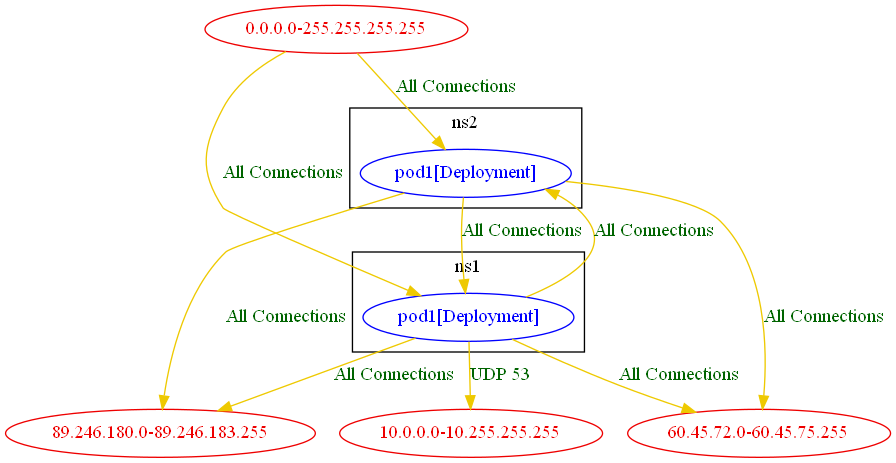
Above: test_outputs/connlist/anp_and_banp_using_networks_test_connlist_output.dot.png in np-guard/netpol-analyzer (Graphviz), before the change. Its source is kept beside it as test_outputs/connlist/anp_and_banp_using_networks_test_connlist_output.dot.
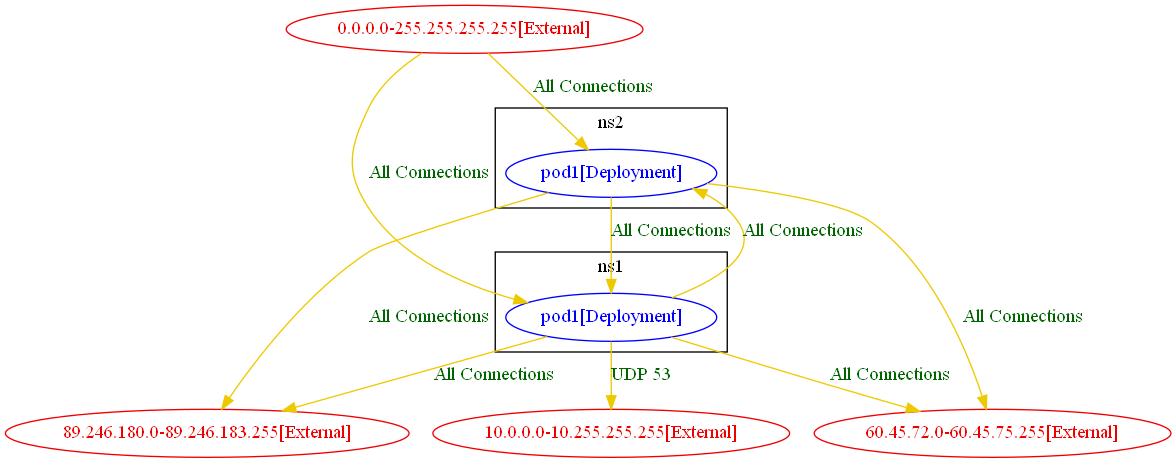
Above is the later version.

What changed in the source:
```diff
@@ -11,17 +11,17 @@
 		"ns2/pod1[Deployment]" [label="pod1[Deployment]" color="blue" fontcolor="blue"]
 		label="ns2"
 	}
-	"0.0.0.0-255.255.255.255" [label="0.0.0.0-255.255.255.255" color="red2" fontcolor="red2"]
-	"10.0.0.0-10.255.255.255" [label="10.0.0.0-10.255.255.255" color="red2" fontcolor="red2"]
-	"60.45.72.0-60.45.75.255" [label="60.45.72.0-60.45.75.255" color="red2" fontcolor="red2"]
-	"89.246.180.0-89.246.183.255" [label="89.246.180.0-89.246.183.255" color="red2" fontcolor="red2"]
-	"0.0.0.0-255.255.255.255" -> "ns1/pod1[Deployment]" [label="All Connections" color="gold2" fontcolor="darkgreen" weight=0.5]
-	"0.0.0.0-255.255.255.255" -> "ns2/pod1[Deployment]" [label="All Connections" color="gold2" fontcolor="darkgreen" weight=0.5]
-	"ns1/pod1[Deployment]" -> "10.0.0.0-10.255.255.255" [label="UDP 53" color="gold2" fontcolor="darkgreen" weight=1]
-	"ns1/pod1[Deployment]" -> "60.45.72.0-60.45.75.255" [label="All Connections" color="gold2" fontcolor="darkgreen" weight=1]
-	"ns1/pod1[Deployment]" -> "89.246.180.0-89.246.183.255" [label="All Connections" color="gold2" fontcolor="darkgreen" weight=1]
+	"0.0.0.0-255.255.255.255[External]" [label="0.0.0.0-255.255.255.255[External]" color="red2" fontcolor="red2"]
+	"10.0.0.0-10.255.255.255[External]" [label="10.0.0.0-10.255.255.255[External]" color="red2" fontcolor="red2"]
+	"60.45.72.0-60.45.75.255[External]" [label="60.45.72.0-60.45.75.255[External]" color="red2" fontcolor="red2"]
+	"89.246.180.0-89.246.183.255[External]" [label="89.246.180.0-89.246.183.255[External]" color="red2" fontcolor="red2"]
+	"0.0.0.0-255.255.255.255[External]" -> "ns1/pod1[Deployment]" [label="All Connections" color="gold2" fontcolor="darkgreen" weight=0.5]
+	"0.0.0.0-255.255.255.255[External]" -> "ns2/pod1[Deployment]" [label="All Connections" color="gold2" fontcolor="darkgreen" weight=0.5]
+	"ns1/pod1[Deployment]" -> "10.0.0.0-10.255.255.255[External]" [label="UDP 53" color="gold2" fontcolor="darkgreen" weight=1]
+	"ns1/pod1[Deployment]" -> "60.45.72.0-60.45.75.255[External]" [label="All Connections" color="gold2" fontcolor="darkgreen" weight=1]
+	"ns1/pod1[Deployment]" -> "89.246.180.0-89.246.183.255[External]" [label="All Connections" color="gold2" fontcolor="darkgreen" weight=1]
 	"ns1/pod1[Deployment]" -> "ns2/pod1[Deployment]" [label="All Connections" color="gold2" fontcolor="darkgreen" weight=0.5]
-	"ns2/pod1[Deployment]" -> "60.45.72.0-60.45.75.255" [label="All Connections" color="gold2" fontcolor="darkgreen" weight=1]
-	"ns2/pod1[Deployment]" -> "89.246.180.0-89.246.183.255" [label="All Connections" color="gold2" fontcolor="darkgreen" weight=1]
+	"ns2/pod1[Deployment]" -> "60.45.72.0-60.45.75.255[External]" [label="All Connections" color="gold2" fontcolor="darkgreen" weight=1]
+	"ns2/pod1[Deployment]" -> "89.246.180.0-89.246.183.255[External]" [label="All Connections" color="gold2" fontcolor="darkgreen" weight=1]
 	"ns2/pod1[Deployment]" -> "ns1/pod1[Deployment]" [label="All Connections" color="gold2" fontcolor="darkgreen" weight=1]
 }
```
